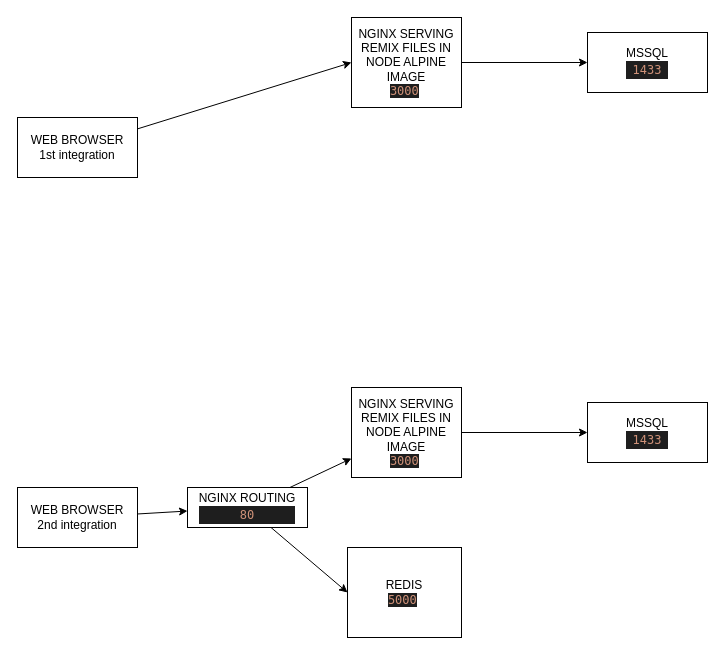
StuartCreed/PrismaNodeApp keeps this draw.io diagram as NodePrismaMssqlApp.drawio. Above is the earlier version. Source tidied: cells renumbered, new cells numbered last; positions are measured from the earlier drawing's top-left corner, leaving out a move shared by most shapes. Both pictures are drawn from the tidied source at 100%, with x=0, y=0 at pixel (17, 17).
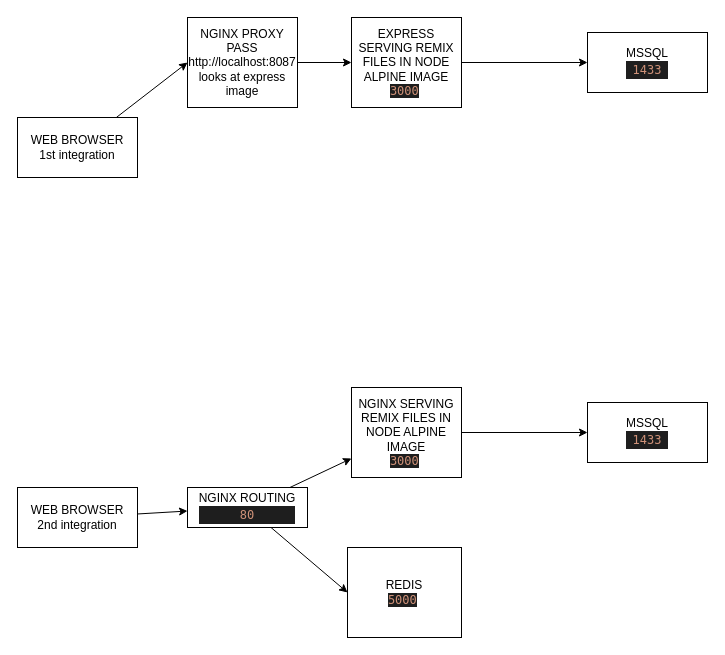
Above is the later version.

Commit message (it also covers changes not shown here):
Makes nginx forwarding work

Diff of the diagram source:
```diff
@@
 <mxGraphModel>
   <root>
     <mxCell id="0" />
     <mxCell id="1" parent="0" />
     <mxCell id="2" style="edgeStyle=none;html=1;" parent="1" edge="1" source="3" target="6">
       <mxGeometry relative="1" as="geometry" />
     </mxCell>
     <mxCell id="3" value="WEB BROWSER&lt;br&gt;2nd integration" style="whiteSpace=wrap;html=1;" parent="1" vertex="1">
       <mxGeometry y="470" width="120" height="60" as="geometry" />
     </mxCell>
     <mxCell id="4" style="edgeStyle=none;html=1;" parent="1" edge="1" source="6" target="8">
       <mxGeometry relative="1" as="geometry" />
     </mxCell>
     <mxCell id="5" style="edgeStyle=none;html=1;entryX=0;entryY=0.5;entryDx=0;entryDy=0;" parent="1" edge="1" source="6" target="10">
       <mxGeometry relative="1" as="geometry" />
     </mxCell>
     <mxCell id="6" value="NGINX ROUTING&lt;br&gt;&lt;div style=&quot;background-color: rgb(30 , 30 , 30) ; font-family: &amp;#34;menlo&amp;#34; , &amp;#34;monaco&amp;#34; , &amp;#34;courier new&amp;#34; , monospace ; line-height: 18px&quot;&gt;&lt;font color=&quot;#ce9178&quot;&gt;80&lt;/font&gt;&lt;/div&gt;" style="whiteSpace=wrap;html=1;" parent="1" vertex="1">
       <mxGeometry x="170" y="470" width="120" height="40" as="geometry" />
     </mxCell>
     <mxCell id="7" style="edgeStyle=none;html=1;" parent="1" edge="1" source="8" target="9">
       <mxGeometry relative="1" as="geometry" />
     </mxCell>
     <mxCell id="8" value="NGINX SERVING REMIX FILES IN NODE ALPINE IMAGE&lt;br&gt;&lt;font color=&quot;#ce9178&quot; face=&quot;Menlo, Monaco, Courier New, monospace&quot;&gt;&lt;span style=&quot;background-color: rgb(30 , 30 , 30)&quot;&gt;3000&lt;/span&gt;&lt;/font&gt;&amp;nbsp;" style="whiteSpace=wrap;html=1;" parent="1" vertex="1">
       <mxGeometry x="334" y="370" width="110" height="90" as="geometry" />
     </mxCell>
     <mxCell id="9" value="MSSQL&lt;br&gt;&lt;div style=&quot;color: rgb(212 , 212 , 212) ; background-color: rgb(30 , 30 , 30) ; font-family: &amp;#34;menlo&amp;#34; , &amp;#34;monaco&amp;#34; , &amp;#34;courier new&amp;#34; , monospace ; line-height: 18px&quot;&gt;&lt;span style=&quot;color: #ce9178&quot;&gt;1433&lt;/span&gt;&lt;/div&gt;" style="whiteSpace=wrap;html=1;" parent="1" vertex="1">
       <mxGeometry x="570" y="385" width="120" height="60" as="geometry" />
     </mxCell>
     <mxCell id="10" value="REDIS&lt;br&gt;&lt;font color=&quot;#ce9178&quot; face=&quot;Menlo, Monaco, Courier New, monospace&quot;&gt;&lt;span style=&quot;background-color: rgb(30 , 30 , 30)&quot;&gt;5000&lt;/span&gt;&lt;/font&gt;&amp;nbsp;" style="whiteSpace=wrap;html=1;" parent="1" vertex="1">
       <mxGeometry x="330" y="530" width="114" height="90" as="geometry" />
     </mxCell>
-    <mxCell id="11" style="edgeStyle=none;html=1;entryX=0;entryY=0.5;entryDx=0;entryDy=0;" parent="1" edge="1" source="12" target="14">
+    <mxCell id="11" style="edgeStyle=none;html=1;entryX=0;entryY=0.5;entryDx=0;entryDy=0;" parent="1" edge="1" source="12" target="17">
       <mxGeometry relative="1" as="geometry" />
     </mxCell>
     <mxCell id="12" value="WEB BROWSER&lt;br&gt;1st integration" style="whiteSpace=wrap;html=1;" parent="1" vertex="1">
       <mxGeometry y="100" width="120" height="60" as="geometry" />
     </mxCell>
     <mxCell id="13" style="edgeStyle=none;html=1;" parent="1" edge="1" source="14" target="15">
       <mxGeometry relative="1" as="geometry" />
     </mxCell>
-    <mxCell id="14" value="NGINX SERVING REMIX FILES IN NODE ALPINE IMAGE&lt;br&gt;&lt;font color=&quot;#ce9178&quot; face=&quot;Menlo, Monaco, Courier New, monospace&quot;&gt;&lt;span style=&quot;background-color: rgb(30 , 30 , 30)&quot;&gt;3000&lt;/span&gt;&lt;/font&gt;&amp;nbsp;" style="whiteSpace=wrap;html=1;" parent="1" vertex="1">
+    <mxCell id="14" value="EXPRESS SERVING REMIX FILES IN NODE ALPINE IMAGE&lt;br&gt;&lt;font color=&quot;#ce9178&quot; face=&quot;Menlo, Monaco, Courier New, monospace&quot;&gt;&lt;span style=&quot;background-color: rgb(30 , 30 , 30)&quot;&gt;3000&lt;/span&gt;&lt;/font&gt;&amp;nbsp;" style="whiteSpace=wrap;html=1;" parent="1" vertex="1">
       <mxGeometry x="334" width="110" height="90" as="geometry" />
     </mxCell>
     <mxCell id="15" value="MSSQL&lt;br&gt;&lt;div style=&quot;color: rgb(212 , 212 , 212) ; background-color: rgb(30 , 30 , 30) ; font-family: &amp;#34;menlo&amp;#34; , &amp;#34;monaco&amp;#34; , &amp;#34;courier new&amp;#34; , monospace ; line-height: 18px&quot;&gt;&lt;span style=&quot;color: #ce9178&quot;&gt;1433&lt;/span&gt;&lt;/div&gt;" style="whiteSpace=wrap;html=1;" parent="1" vertex="1">
       <mxGeometry x="570" y="15" width="120" height="60" as="geometry" />
     </mxCell>
+    <mxCell id="16" style="edgeStyle=none;html=1;" parent="1" edge="1" source="17" target="14">
+      <mxGeometry relative="1" as="geometry" />
+    </mxCell>
+    <mxCell id="17" value="NGINX PROXY PASS&lt;br&gt;http://localhost:8087 looks at express image" style="whiteSpace=wrap;html=1;" parent="1" vertex="1">
+      <mxGeometry x="170" width="110" height="90" as="geometry" />
+    </mxCell>
   </root>
 </mxGraphModel>
```
